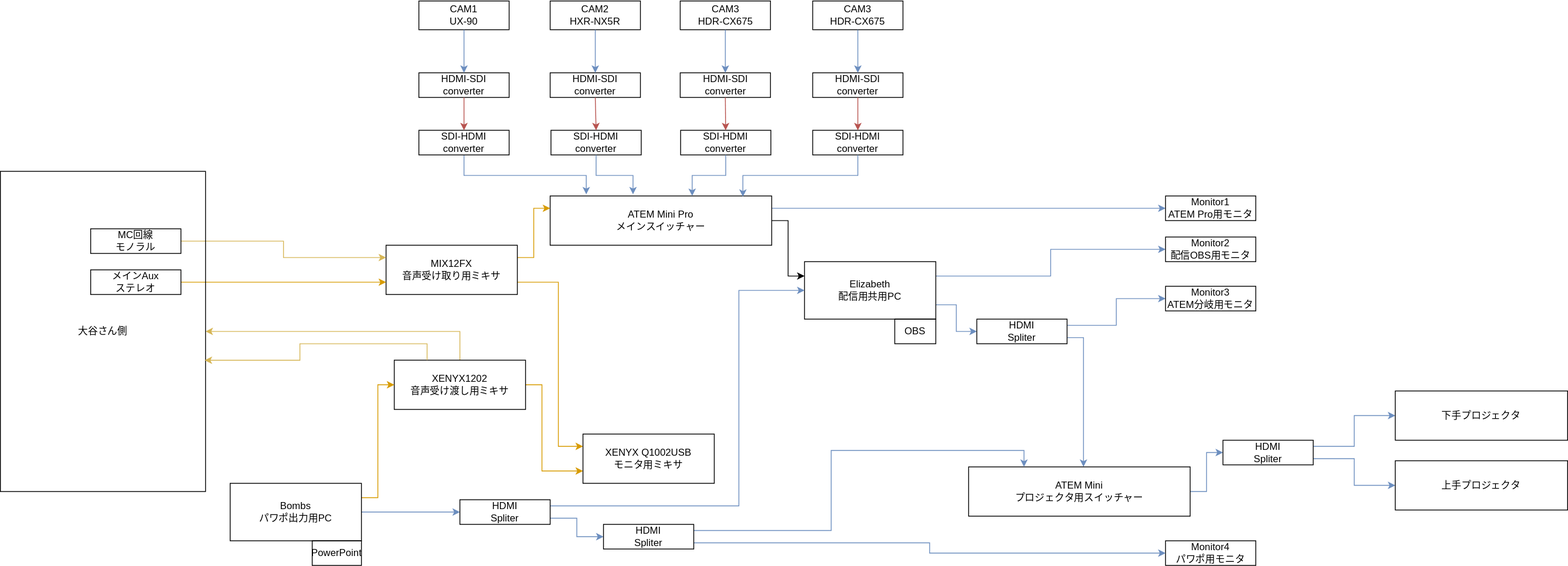
Earlier version of the draw.io export drawio-svg/jsys23-eizou-wiring.drawio.svg (dolceWFC/sohosai-eizou-live-wiring). Source tidied: cells renumbered, new cells last; positions are measured from the earlier drawing's top-left corner, leaving out a move shared by most shapes.
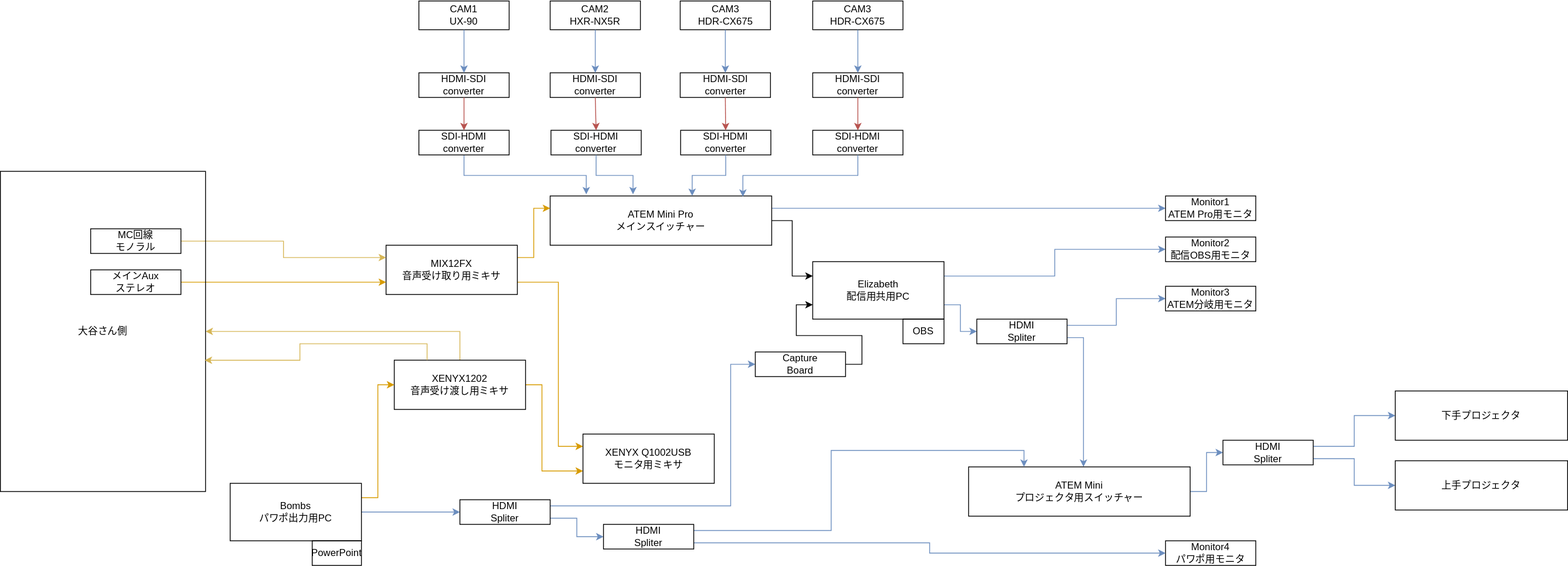
Above is the later version.

Commit message:
jsys23-eizou-wiring.drawio.svg を更新します

Diff of the diagram source:
```diff
@@ -93,10 +93,10 @@
       <mxGeometry relative="1" as="geometry" />
     </mxCell>
     <mxCell id="32" value="Elizabeth&lt;br&gt;配信用共用PC" style="text;html=1;strokeColor=default;fillColor=none;align=center;verticalAlign=middle;whiteSpace=wrap;rounded=0;" parent="1" vertex="1">
-      <mxGeometry x="980" y="318" width="160" height="70" as="geometry" />
+      <mxGeometry x="990" y="318" width="160" height="70" as="geometry" />
     </mxCell>
     <mxCell id="33" value="OBS" style="text;html=1;strokeColor=default;fillColor=none;align=center;verticalAlign=middle;whiteSpace=wrap;rounded=0;" parent="1" vertex="1">
-      <mxGeometry x="1090" y="388" width="50" height="30" as="geometry" />
+      <mxGeometry x="1100" y="388" width="50" height="30" as="geometry" />
     </mxCell>
     <mxCell id="34" style="edgeStyle=orthogonalEdgeStyle;rounded=0;jettySize=auto;html=1;exitX=1;exitY=0.25;exitDx=0;exitDy=0;entryX=0;entryY=0.25;entryDx=0;entryDy=0;fillColor=#ffe6cc;strokeColor=#d79b00;" parent="1" edge="1" source="36" target="25">
       <mxGeometry relative="1" as="geometry" />
@@ -202,17 +202,17 @@
     <mxCell id="63" value="Monitor4&lt;br&gt;パワポ用モニタ" style="text;html=1;strokeColor=default;fillColor=none;align=center;verticalAlign=middle;whiteSpace=wrap;rounded=0;" parent="1" vertex="1">
       <mxGeometry x="1420" y="658" width="110" height="30" as="geometry" />
     </mxCell>
-    <mxCell id="64" style="edgeStyle=orthogonalEdgeStyle;rounded=0;jettySize=auto;html=1;exitX=1;exitY=0.25;exitDx=0;exitDy=0;entryX=0;entryY=0.5;entryDx=0;entryDy=0;fillColor=#dae8fc;strokeColor=#6c8ebf;" parent="1" edge="1" source="66" target="32">
-      <mxGeometry relative="1" as="geometry">
-        <Array as="points">
-          <mxPoint x="900" y="616" />
-          <mxPoint x="900" y="353" />
-        </Array>
-      </mxGeometry>
-    </mxCell>
     <mxCell id="65" style="edgeStyle=orthogonalEdgeStyle;rounded=0;jettySize=auto;html=1;exitX=1;exitY=0.75;exitDx=0;exitDy=0;entryX=0;entryY=0.5;entryDx=0;entryDy=0;fillColor=#dae8fc;strokeColor=#6c8ebf;" parent="1" edge="1" source="66" target="69">
       <mxGeometry relative="1" as="geometry" />
     </mxCell>
+    <mxCell id="70" style="edgeStyle=orthogonalEdgeStyle;rounded=0;jettySize=auto;html=1;exitX=1;exitY=0.25;exitDx=0;exitDy=0;entryX=0;entryY=0.5;entryDx=0;entryDy=0;fillColor=#dae8fc;strokeColor=#6c8ebf;" parent="1" edge="1" source="66" target="72">
+      <mxGeometry relative="1" as="geometry">
+        <Array as="points">
+          <mxPoint x="890" y="616" />
+          <mxPoint x="890" y="443" />
+        </Array>
+      </mxGeometry>
+    </mxCell>
     <mxCell id="66" value="HDMI&lt;br&gt;Spliter" style="text;html=1;strokeColor=default;fillColor=none;align=center;verticalAlign=middle;whiteSpace=wrap;rounded=0;" parent="1" vertex="1">
       <mxGeometry x="560" y="608" width="110" height="30" as="geometry" />
     </mxCell>
@@ -225,5 +225,11 @@
     <mxCell id="69" value="HDMI&lt;br&gt;Spliter" style="text;html=1;strokeColor=default;fillColor=none;align=center;verticalAlign=middle;whiteSpace=wrap;rounded=0;" parent="1" vertex="1">
       <mxGeometry x="735" y="638" width="110" height="30" as="geometry" />
     </mxCell>
+    <mxCell id="71" style="edgeStyle=orthogonalEdgeStyle;rounded=0;jettySize=auto;html=1;exitX=1;exitY=0.5;exitDx=0;exitDy=0;entryX=0;entryY=0.75;entryDx=0;entryDy=0;" parent="1" edge="1" source="72" target="32">
+      <mxGeometry relative="1" as="geometry" />
+    </mxCell>
+    <mxCell id="72" value="Capture&lt;br&gt;Board" style="text;html=1;strokeColor=default;fillColor=none;align=center;verticalAlign=middle;whiteSpace=wrap;rounded=0;" parent="1" vertex="1">
+      <mxGeometry x="920" y="428" width="110" height="30" as="geometry" />
+    </mxCell>
   </root>
 </mxGraphModel>
```
